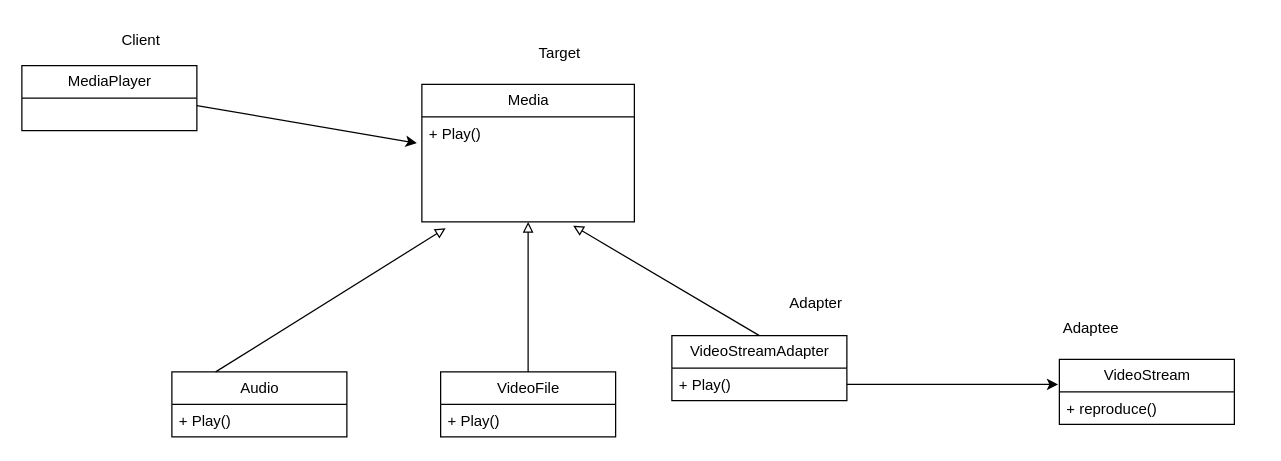
Above: p1e3.drawio in santolp/oo2 (draw.io), before the change. Source tidied: cells renumbered, new cells numbered last; positions are measured from the earlier drawing's top-left corner, leaving out a move shared by most shapes. Both pictures are drawn from the tidied source at 125%, with x=0, y=0 at pixel (21, 21).
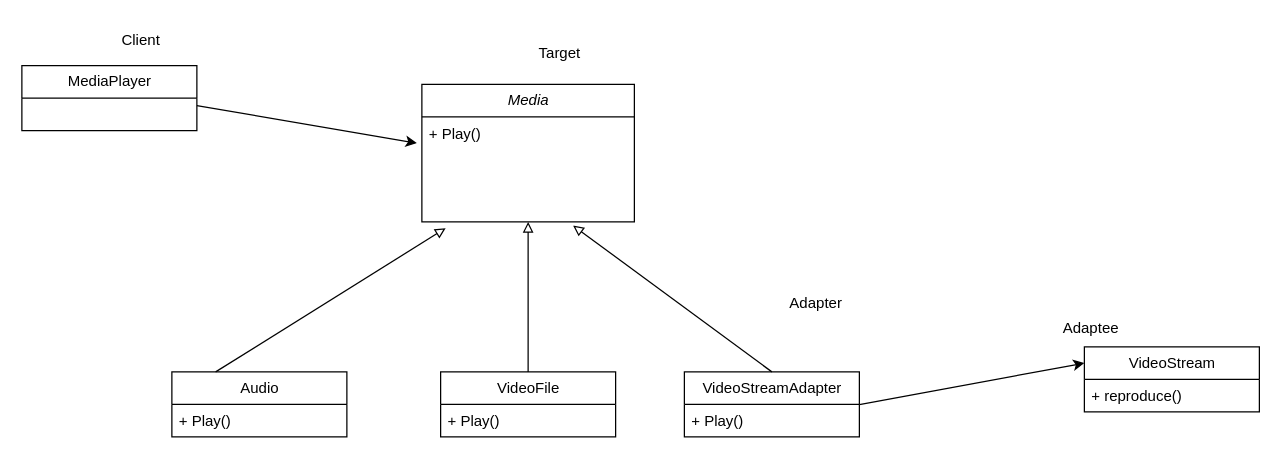
After the change.

Unchanged cells that the change refers to:
```xml
<mxCell id="10" value="+ Play()" style="text;strokeColor=none;fillColor=none;align=left;verticalAlign=top;spacingLeft=4;spacingRight=4;overflow=hidden;points=[[0,0.5],[1,0.5]];portConstraint=eastwest;whiteSpace=wrap;html=1;fontStyle=0;" parent="9" vertex="1">
  <mxGeometry y="26" width="140" height="26" as="geometry" />
</mxCell>
```

Change to the diagram source:
```diff
@@
-    <mxCell id="3" value="Media" style="swimlane;fontStyle=0;horizontal=1;startSize=26;fillColor=none;html=1;swimlaneLine=1;" parent="1" vertex="1">
+    <mxCell id="3" value="Media" style="swimlane;fontStyle=2;horizontal=1;startSize=26;fillColor=none;html=1;swimlaneLine=1;" parent="1" vertex="1">
       <mxGeometry x="320" y="50" width="170" height="110" as="geometry" />
     </mxCell>
@@
     <mxCell id="9" value="VideoStreamAdapter" style="swimlane;fontStyle=0;horizontal=1;startSize=26;fillColor=none;html=1;" parent="1" vertex="1">
-      <mxGeometry x="520" y="251" width="140" height="52" as="geometry" />
+      <mxGeometry x="530" y="280" width="140" height="52" as="geometry" />
     </mxCell>
@@
     <mxCell id="11" value="VideoStream" style="swimlane;fontStyle=0;horizontal=1;startSize=26;fillColor=none;html=1;" parent="1" vertex="1">
-      <mxGeometry x="830" y="270" width="140" height="52" as="geometry" />
+      <mxGeometry x="850" y="260" width="140" height="52" as="geometry" />
     </mxCell>
@@
-    <mxCell id="13" style="endArrow=classic;html=1;rounded=0;entryX=-0.007;entryY=0.923;entryDx=0;entryDy=0;entryPerimeter=0;endFill=1;" parent="1" edge="1" source="10">
-      <mxGeometry relative="1" as="geometry">
-        <mxPoint x="829" y="290" as="targetPoint" />
-      </mxGeometry>
+    <mxCell id="13" style="endArrow=classic;html=1;rounded=0;entryX=0;entryY=0.25;entryDx=0;entryDy=0;endFill=1;" parent="1" edge="1" source="10" target="11">
+      <mxGeometry relative="1" as="geometry" />
     </mxCell>
```
